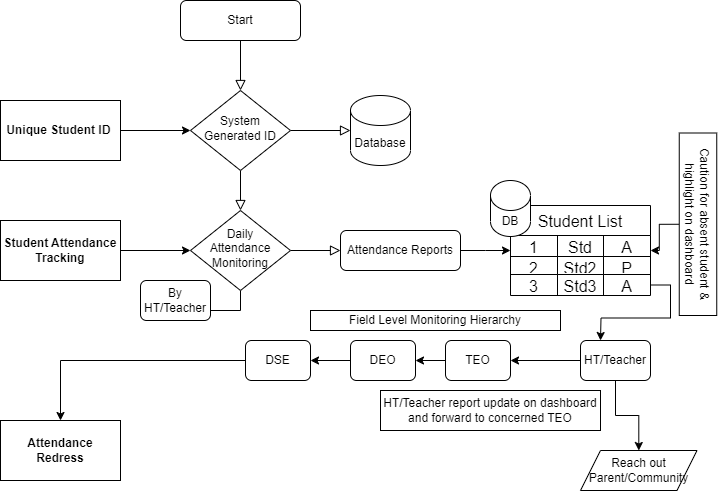
Above: abc.drawio.png in imran-solangin/php-learning (draw.io), before the change. Source tidied: cells renumbered, new cells last; positions are measured from the earlier drawing's top-left corner, leaving out a move shared by most shapes.
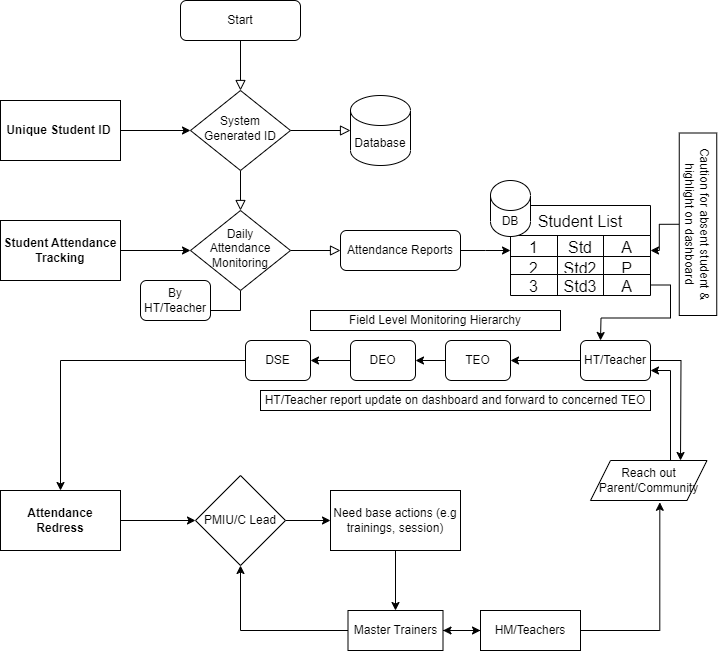
Later version of the same file.

What changed in the source:
```diff
@@ -49,8 +49,11 @@
     <mxCell id="16" value="Database" style="shape=cylinder3;whiteSpace=wrap;html=1;boundedLbl=1;backgroundOutline=1;size=15;" parent="1" vertex="1">
       <mxGeometry x="350" y="95" width="60" height="70" as="geometry" />
     </mxCell>
+    <mxCell id="50" style="edgeStyle=orthogonalEdgeStyle;rounded=0;jettySize=auto;html=1;" parent="1" edge="1" source="17" target="54">
+      <mxGeometry relative="1" as="geometry" />
+    </mxCell>
     <mxCell id="17" value="&lt;b&gt;Attendance &lt;br&gt;Redress&lt;/b&gt;" style="rounded=0;whiteSpace=wrap;html=1;" parent="1" vertex="1">
-      <mxGeometry y="420" width="120" height="60" as="geometry" />
+      <mxGeometry y="490" width="120" height="60" as="geometry" />
     </mxCell>
     <mxCell id="18" value="Student List" style="shape=table;startSize=30;strokeColor=default;fontSize=16;" parent="1" vertex="1">
       <mxGeometry x="510" y="205" width="140" height="90" as="geometry" />
@@ -102,9 +105,11 @@
     <mxCell id="33" style="edgeStyle=orthogonalEdgeStyle;rounded=0;jettySize=auto;html=1;" parent="1" edge="1" source="35" target="37">
       <mxGeometry relative="1" as="geometry" />
     </mxCell>
-    <mxCell id="34" style="edgeStyle=orthogonalEdgeStyle;rounded=0;jettySize=auto;html=1;" parent="1" edge="1" source="35" target="43">
-      <mxGeometry relative="1" as="geometry" />
-    </mxCell>
+    <mxCell id="51" style="edgeStyle=orthogonalEdgeStyle;rounded=0;jettySize=auto;html=1;" parent="1" edge="1" source="35">
+      <mxGeometry relative="1" as="geometry">
+        <mxPoint x="680" y="460" as="targetPoint" />
+      </mxGeometry>
+    </mxCell>
     <mxCell id="35" value="HT/Teacher" style="rounded=1;whiteSpace=wrap;html=1;" parent="1" vertex="1">
       <mxGeometry x="580" y="340" width="70" height="40" as="geometry" />
     </mxCell>
@@ -129,11 +134,18 @@
     <mxCell id="42" value="Field Level Monitoring Hierarchy" style="rounded=0;whiteSpace=wrap;html=1;" parent="1" vertex="1">
       <mxGeometry x="310" y="310" width="250" height="20" as="geometry" />
     </mxCell>
+    <mxCell id="52" style="edgeStyle=orthogonalEdgeStyle;rounded=0;jettySize=auto;html=1;entryX=1;entryY=0.75;entryDx=0;entryDy=0;" parent="1" edge="1" source="43" target="35">
+      <mxGeometry relative="1" as="geometry">
+        <Array as="points">
+          <mxPoint x="670" y="370" />
+        </Array>
+      </mxGeometry>
+    </mxCell>
     <mxCell id="43" value="Reach out Parent/Community" style="shape=parallelogram;perimeter=parallelogramPerimeter;whiteSpace=wrap;html=1;fixedSize=1;" parent="1" vertex="1">
-      <mxGeometry x="580" y="450" width="116.5" height="40" as="geometry" />
+      <mxGeometry x="590" y="460" width="116.5" height="40" as="geometry" />
     </mxCell>
     <mxCell id="44" value="HT/Teacher report update on dashboard and forward to concerned TEO" style="rounded=0;whiteSpace=wrap;html=1;" parent="1" vertex="1">
-      <mxGeometry x="380" y="390" width="220" height="40" as="geometry" />
+      <mxGeometry x="260" y="390" width="390" height="20" as="geometry" />
     </mxCell>
     <mxCell id="45" style="edgeStyle=orthogonalEdgeStyle;rounded=0;jettySize=auto;html=1;" parent="1" edge="1" source="47" target="27">
       <mxGeometry relative="1" as="geometry" />
@@ -150,5 +162,35 @@
     <mxCell id="49" value="By HT/Teacher" style="rounded=1;whiteSpace=wrap;html=1;" parent="1" vertex="1">
       <mxGeometry x="140" y="280" width="70" height="40" as="geometry" />
     </mxCell>
+    <mxCell id="53" style="edgeStyle=orthogonalEdgeStyle;rounded=0;jettySize=auto;html=1;" parent="1" edge="1" source="54" target="56">
+      <mxGeometry relative="1" as="geometry" />
+    </mxCell>
+    <mxCell id="54" value="PMIU/C Lead" style="rhombus;whiteSpace=wrap;html=1;rounded=0;" parent="1" vertex="1">
+      <mxGeometry x="195" y="475" width="90" height="90" as="geometry" />
+    </mxCell>
+    <mxCell id="55" style="edgeStyle=orthogonalEdgeStyle;rounded=0;jettySize=auto;html=1;" parent="1" edge="1" source="56" target="59">
+      <mxGeometry relative="1" as="geometry" />
+    </mxCell>
+    <mxCell id="56" value="Need base actions (e.g trainings, session)" style="whiteSpace=wrap;html=1;rounded=0;" parent="1" vertex="1">
+      <mxGeometry x="330" y="490" width="130" height="60" as="geometry" />
+    </mxCell>
+    <mxCell id="57" style="edgeStyle=orthogonalEdgeStyle;rounded=0;jettySize=auto;html=1;" parent="1" edge="1" source="59" target="62">
+      <mxGeometry relative="1" as="geometry" />
+    </mxCell>
+    <mxCell id="58" style="edgeStyle=orthogonalEdgeStyle;rounded=0;jettySize=auto;html=1;entryX=0.5;entryY=1;entryDx=0;entryDy=0;" parent="1" edge="1" source="59" target="54">
+      <mxGeometry relative="1" as="geometry" />
+    </mxCell>
+    <mxCell id="59" value="Master Trainers" style="whiteSpace=wrap;html=1;rounded=0;" parent="1" vertex="1">
+      <mxGeometry x="347.5" y="610" width="95" height="40" as="geometry" />
+    </mxCell>
+    <mxCell id="60" style="edgeStyle=orthogonalEdgeStyle;rounded=0;jettySize=auto;html=1;entryX=0.595;entryY=1.045;entryDx=0;entryDy=0;entryPerimeter=0;" parent="1" edge="1" source="62" target="43">
+      <mxGeometry relative="1" as="geometry" />
+    </mxCell>
+    <mxCell id="61" style="edgeStyle=orthogonalEdgeStyle;rounded=0;jettySize=auto;html=1;" parent="1" edge="1" source="62" target="59">
+      <mxGeometry relative="1" as="geometry" />
+    </mxCell>
+    <mxCell id="62" value="HM/Teachers" style="whiteSpace=wrap;html=1;rounded=0;" parent="1" vertex="1">
+      <mxGeometry x="480" y="610" width="100" height="40" as="geometry" />
+    </mxCell>
   </root>
 </mxGraphModel>
```
